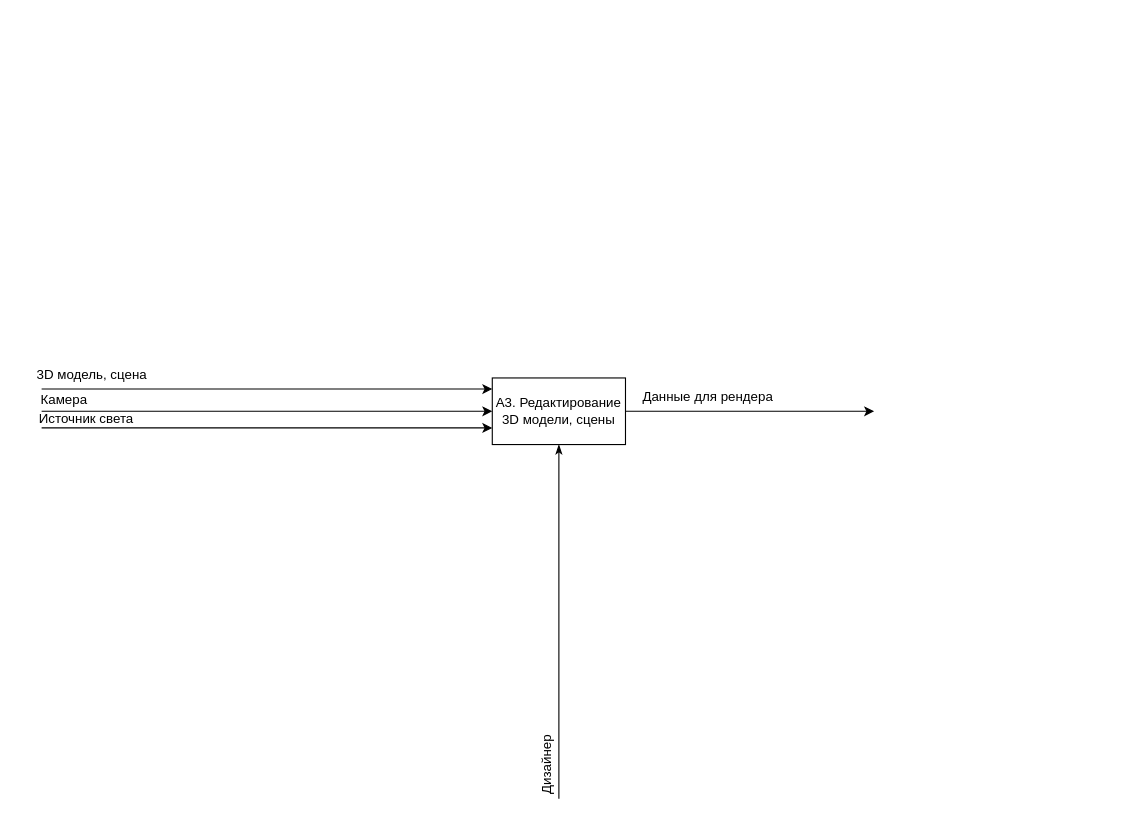
The draw.io diagram page "A3_Details" (3 of 3) of module_2/IDEF0.drawio in SheinEA/gb_architect, before the edit. Source tidied: cells renumbered, new cells numbered last; positions are measured from the earlier drawing's top-left corner, leaving out a move shared by most shapes. Both pictures are drawn from the tidied source at 111%, with x=0, y=0 at pixel (30, 363).
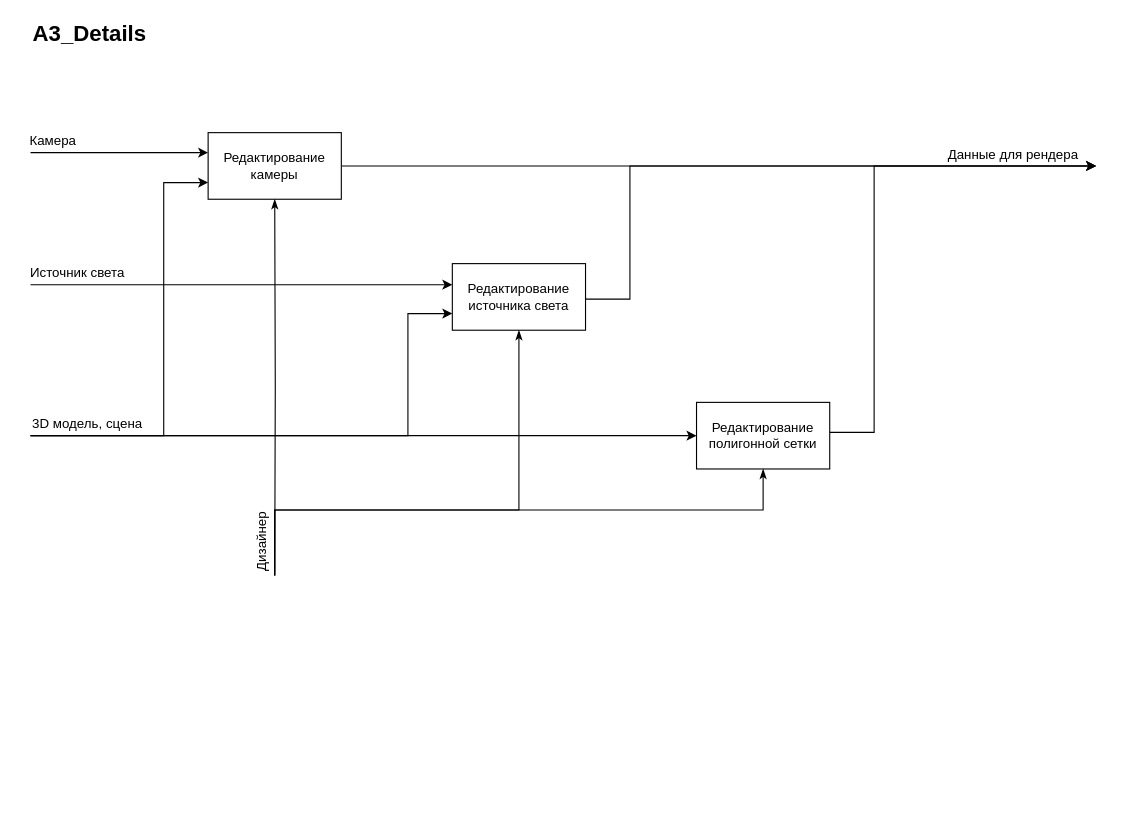
Above is the later version.

What changed in the source:
```diff
@@
     <mxCell id="2" value="3D модель, сцена" style="text;html=1;align=center;verticalAlign=middle;strokeColor=none;" parent="1" vertex="1">
-      <mxGeometry width="110" height="20" as="geometry" />
+      <mxGeometry x="-4" y="45" width="110" height="20" as="geometry" />
     </mxCell>
     <mxCell id="3" value="Дизайнер" style="text;html=1;align=center;verticalAlign=middle;strokeColor=none;rotation=-90;" parent="1" vertex="1">
-      <mxGeometry x="430" y="352" width="70" height="20" as="geometry" />
+      <mxGeometry x="174" y="151" width="70" height="20" as="geometry" />
     </mxCell>
-    <mxCell id="4" style="endArrow=classic;html=1;entryX=0;entryY=0.5;entryDx=0;entryDy=0;" parent="1" edge="1" target="9">
+    <mxCell id="4" style="endArrow=classic;html=1;entryX=0;entryY=0.5;entryDx=0;entryDy=0;" parent="1" edge="1">
       <mxGeometry relative="1" as="geometry">
-        <mxPoint x="10" y="43" as="sourcePoint" />
+        <mxPoint y="-190" as="sourcePoint" />
+        <mxPoint x="160" y="-190" as="targetPoint" />
       </mxGeometry>
     </mxCell>
     <mxCell id="5" value="Камера" style="text;html=1;align=center;verticalAlign=middle;strokeColor=none;" parent="1" vertex="1">
-      <mxGeometry y="23" width="60" height="20" as="geometry" />
+      <mxGeometry x="-10" y="-210" width="60" height="20" as="geometry" />
     </mxCell>
-    <mxCell id="6" style="endArrow=classic;html=1;entryX=0;entryY=0.75;entryDx=0;entryDy=0;" parent="1" edge="1" target="9">
+    <mxCell id="6" style="endArrow=classic;html=1;entryX=0;entryY=0.5;entryDx=0;entryDy=0;" parent="1" edge="1">
       <mxGeometry relative="1" as="geometry">
-        <mxPoint x="10" y="58" as="sourcePoint" />
+        <mxPoint y="-71" as="sourcePoint" />
+        <mxPoint x="380" y="-71" as="targetPoint" />
       </mxGeometry>
     </mxCell>
     <mxCell id="7" value="Источник света" style="text;html=1;align=center;verticalAlign=middle;strokeColor=none;" parent="1" vertex="1">
-      <mxGeometry y="40" width="100" height="20" as="geometry" />
+      <mxGeometry x="-8" y="-91" width="100" height="20" as="geometry" />
     </mxCell>
-    <mxCell id="8" style="edgeStyle=orthogonalEdgeStyle;rounded=0;jettySize=auto;html=1;exitX=1;exitY=0.5;exitDx=0;exitDy=0;" parent="1" edge="1" source="9">
-      <mxGeometry relative="1" as="geometry">
-        <mxPoint x="760" y="43" as="targetPoint" />
-      </mxGeometry>
-    </mxCell>
-    <mxCell id="9" value="&lt;span&gt;A3. Редактирование 3D модели, сцены&lt;/span&gt;" style="rounded=0;whiteSpace=wrap;html=1;" parent="1" vertex="1">
-      <mxGeometry x="416" y="13" width="120" height="60" as="geometry" />
-    </mxCell>
     <mxCell id="10" value="Данные для рендера" style="text;html=1;align=center;verticalAlign=middle;strokeColor=none;" parent="1" vertex="1">
-      <mxGeometry x="545" y="20" width="130" height="20" as="geometry" />
+      <mxGeometry x="820" y="-198" width="130" height="20" as="geometry" />
     </mxCell>
-    <mxCell id="11" style="edgeStyle=orthogonalEdgeStyle;rounded=0;jettySize=auto;html=1;endArrow=classicThin;endFill=1;entryX=0.5;entryY=1;entryDx=0;entryDy=0;" parent="1" edge="1" target="9">
+    <mxCell id="11" style="edgeStyle=orthogonalEdgeStyle;rounded=0;jettySize=auto;html=1;endArrow=classicThin;endFill=1;" parent="1" edge="1" target="15">
       <mxGeometry relative="1" as="geometry">
-        <mxPoint x="476" y="392" as="sourcePoint" />
-        <Array as="points">
-          <mxPoint x="476" y="382" />
-        </Array>
+        <mxPoint x="220" y="191" as="sourcePoint" />
       </mxGeometry>
     </mxCell>
-    <mxCell id="12" style="endArrow=classic;html=1;entryX=0;entryY=0.5;entryDx=0;entryDy=0;" parent="1" edge="1">
+    <mxCell id="12" style="endArrow=classic;html=1;" parent="1" edge="1" target="17">
       <mxGeometry relative="1" as="geometry">
-        <mxPoint x="10" y="23" as="sourcePoint" />
-        <mxPoint x="416" y="23" as="targetPoint" />
+        <mxPoint y="65" as="sourcePoint" />
       </mxGeometry>
     </mxCell>
+    <mxCell id="13" value="Редактирование источника света" style="rounded=0;whiteSpace=wrap;html=1;" parent="1" vertex="1">
+      <mxGeometry x="380" y="-90" width="120" height="60" as="geometry" />
+    </mxCell>
+    <mxCell id="14" style="edgeStyle=orthogonalEdgeStyle;rounded=0;jettySize=auto;html=1;" parent="1" edge="1" source="15">
+      <mxGeometry relative="1" as="geometry">
+        <mxPoint x="960" y="-178" as="targetPoint" />
+      </mxGeometry>
+    </mxCell>
+    <mxCell id="15" value="Редактирование камеры" style="rounded=0;whiteSpace=wrap;html=1;" parent="1" vertex="1">
+      <mxGeometry x="160" y="-208" width="120" height="60" as="geometry" />
+    </mxCell>
+    <mxCell id="16" style="edgeStyle=orthogonalEdgeStyle;rounded=0;jettySize=auto;html=1;" parent="1" edge="1" source="17">
+      <mxGeometry relative="1" as="geometry">
+        <mxPoint x="960" y="-178" as="targetPoint" />
+        <Array as="points">
+          <mxPoint x="760" y="62" />
+          <mxPoint x="760" y="-178" />
+        </Array>
+      </mxGeometry>
+    </mxCell>
+    <mxCell id="17" value="Редактирование полигонной сетки" style="rounded=0;whiteSpace=wrap;html=1;" parent="1" vertex="1">
+      <mxGeometry x="600" y="35" width="120" height="60" as="geometry" />
+    </mxCell>
+    <mxCell id="18" style="edgeStyle=orthogonalEdgeStyle;rounded=0;jettySize=auto;html=1;exitX=1;exitY=0.5;exitDx=0;exitDy=0;" parent="1" edge="1" source="13">
+      <mxGeometry relative="1" as="geometry">
+        <mxPoint x="960" y="-178" as="targetPoint" />
+        <Array as="points">
+          <mxPoint x="540" y="-58" />
+          <mxPoint x="540" y="-178" />
+        </Array>
+      </mxGeometry>
+    </mxCell>
+    <mxCell id="19" style="endArrow=classic;html=1;entryX=0;entryY=0.75;entryDx=0;entryDy=0;edgeStyle=orthogonalEdgeStyle;rounded=0;" parent="1" edge="1" target="15">
+      <mxGeometry relative="1" as="geometry">
+        <mxPoint y="65" as="sourcePoint" />
+        <Array as="points">
+          <mxPoint x="120" y="65" />
+          <mxPoint x="120" y="-163" />
+        </Array>
+      </mxGeometry>
+    </mxCell>
+    <mxCell id="20" style="endArrow=classic;html=1;entryX=0;entryY=0.75;entryDx=0;entryDy=0;edgeStyle=orthogonalEdgeStyle;rounded=0;" parent="1" edge="1" target="13">
+      <mxGeometry relative="1" as="geometry">
+        <mxPoint y="65" as="sourcePoint" />
+        <Array as="points">
+          <mxPoint x="340" y="65" />
+          <mxPoint x="340" y="-45" />
+        </Array>
+      </mxGeometry>
+    </mxCell>
+    <mxCell id="21" style="edgeStyle=orthogonalEdgeStyle;rounded=0;jettySize=auto;html=1;endArrow=classicThin;endFill=1;" parent="1" edge="1" target="13">
+      <mxGeometry relative="1" as="geometry">
+        <mxPoint x="220" y="191" as="sourcePoint" />
+        <Array as="points">
+          <mxPoint x="220" y="132" />
+          <mxPoint x="440" y="132" />
+        </Array>
+      </mxGeometry>
+    </mxCell>
+    <mxCell id="22" style="edgeStyle=orthogonalEdgeStyle;rounded=0;jettySize=auto;html=1;endArrow=classicThin;endFill=1;entryX=0.5;entryY=1;entryDx=0;entryDy=0;" parent="1" edge="1" target="17">
+      <mxGeometry relative="1" as="geometry">
+        <mxPoint x="220" y="191" as="sourcePoint" />
+        <Array as="points">
+          <mxPoint x="220" y="132" />
+          <mxPoint x="660" y="132" />
+        </Array>
+      </mxGeometry>
+    </mxCell>
+    <mxCell id="23" value="&lt;font style=&quot;font-size: 20px&quot;&gt;&lt;b&gt;A3_Details&lt;/b&gt;&lt;/font&gt;" style="text;html=1;align=center;verticalAlign=middle;strokeColor=none;" parent="1" vertex="1">
+      <mxGeometry x="-7" y="-308" width="120" height="20" as="geometry" />
+    </mxCell>
```
